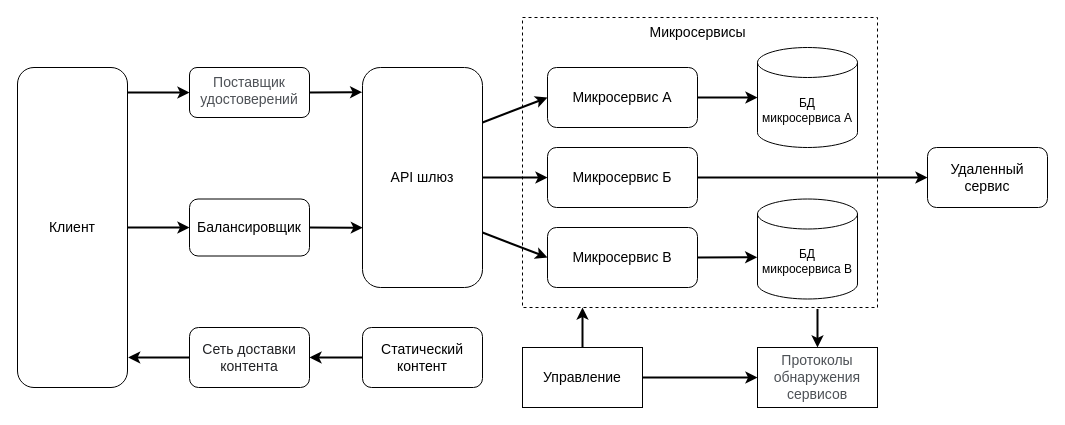
Above: page "Рисунок 2" (2 of 2) of Диаграмма без названия.drawio in Vaynbaum/microservices-arc (draw.io), before the change. Source tidied: cells renumbered, new cells numbered last; positions are measured from the earlier drawing's top-left corner, leaving out a move shared by most shapes. Both pictures are drawn from the tidied source at 100%, with x=0, y=0 at pixel (17, 17).
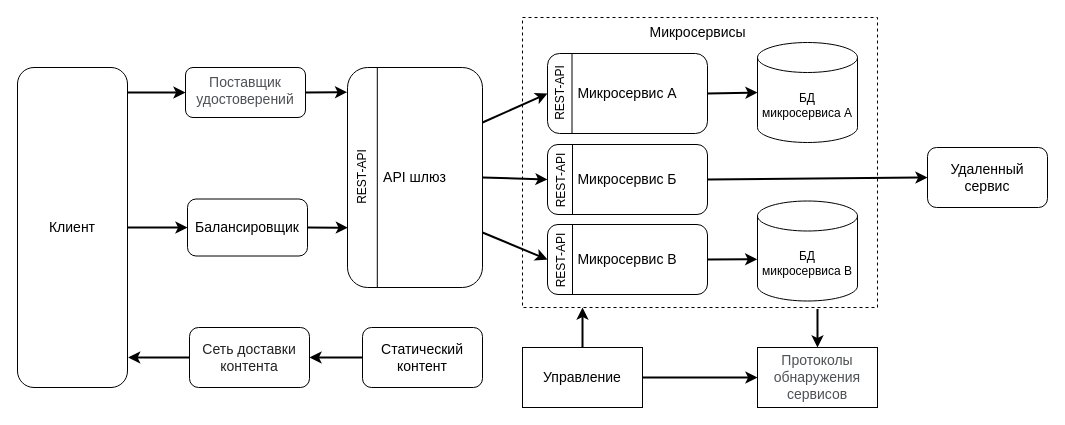
The same page after the edit.

Diff of the diagram source:
```diff
@@
     <mxCell id="9" value="API шлюз" style="rounded=1;whiteSpace=wrap;html=1;fontFamily=Helvetica;fontSize=14;strokeColor=#000000;" parent="1" vertex="1">
-      <mxGeometry x="345" y="50" width="120" height="220" as="geometry" />
+      <mxGeometry x="330" y="50" width="135" height="220" as="geometry" />
     </mxCell>
@@
     <mxCell id="11" value="&lt;span style=&quot;color: rgb(77, 81, 86); font-family: arial, sans-serif; font-size: 14px; font-style: normal; font-variant-ligatures: normal; font-variant-caps: normal; font-weight: 400; letter-spacing: normal; orphans: 2; text-align: left; text-indent: 0px; text-transform: none; widows: 2; word-spacing: 0px; -webkit-text-stroke-width: 0px; background-color: rgb(255, 255, 255); text-decoration-thickness: initial; text-decoration-style: initial; text-decoration-color: initial; float: none; display: inline !important;&quot;&gt;Поставщик удостоверений&lt;/span&gt;" style="rounded=1;whiteSpace=wrap;html=1;fontFamily=Helvetica;fontSize=14;verticalAlign=top;strokeColor=#000000;" parent="1" vertex="1">
-      <mxGeometry x="172" y="50" width="120" height="50" as="geometry" />
+      <mxGeometry x="168" y="50" width="120" height="50" as="geometry" />
     </mxCell>
@@
-    <mxCell id="14" value="Микросервис А" style="rounded=1;whiteSpace=wrap;html=1;fontFamily=Helvetica;fontSize=14;strokeColor=#000000;" parent="1" vertex="1">
-      <mxGeometry x="530" y="50" width="150" height="60" as="geometry" />
-    </mxCell>
-    <mxCell id="15" value="Микросервис Б" style="rounded=1;whiteSpace=wrap;html=1;fontFamily=Helvetica;fontSize=14;strokeColor=#000000;" parent="1" vertex="1">
-      <mxGeometry x="530" y="130" width="150" height="60" as="geometry" />
-    </mxCell>
-    <mxCell id="16" value="Микросервис В" style="rounded=1;whiteSpace=wrap;html=1;fontFamily=Helvetica;fontSize=14;strokeColor=#000000;" parent="1" vertex="1">
-      <mxGeometry x="530" y="210" width="150" height="60" as="geometry" />
-    </mxCell>
@@
     <mxCell id="28" value="Балансировщик" style="rounded=1;whiteSpace=wrap;html=1;fontFamily=Helvetica;fontSize=14;strokeColor=#000000;" parent="1" vertex="1">
-      <mxGeometry x="172" y="181.5" width="120" height="57" as="geometry" />
+      <mxGeometry x="170" y="181.5" width="120" height="57" as="geometry" />
     </mxCell>
@@
     <mxCell id="30" value="БД&lt;br&gt;микросервиса А" style="shape=cylinder3;whiteSpace=wrap;html=1;boundedLbl=1;backgroundOutline=1;size=15;" parent="1" vertex="1">
-      <mxGeometry x="740" y="30" width="100" height="100" as="geometry" />
+      <mxGeometry x="740" y="25" width="100" height="100" as="geometry" />
     </mxCell>
@@
     <mxCell id="33" value="БД&lt;br&gt;микросервиса В" style="shape=cylinder3;whiteSpace=wrap;html=1;boundedLbl=1;backgroundOutline=1;size=15;" parent="1" vertex="1">
-      <mxGeometry x="740" y="181.5" width="100" height="100" as="geometry" />
+      <mxGeometry x="740" y="183.5" width="100" height="100" as="geometry" />
     </mxCell>
+    <mxCell id="34" style="endArrow=none;html=1;rounded=0;entryX=0.25;entryY=0;entryDx=0;entryDy=0;exitX=0.25;exitY=1;exitDx=0;exitDy=0;" parent="1" edge="1">
+      <mxGeometry relative="1" as="geometry">
+        <mxPoint x="359.8" y="270" as="sourcePoint" />
+        <mxPoint x="359.8" y="50" as="targetPoint" />
+      </mxGeometry>
+    </mxCell>
+    <mxCell id="35" value="REST-API" style="text;html=1;align=center;verticalAlign=middle;strokeColor=none;fillColor=none;rotation=-90;" parent="1" vertex="1">
+      <mxGeometry x="305" y="145" width="80" height="30" as="geometry" />
+    </mxCell>
+    <mxCell id="36" style="group;" parent="1" vertex="1">
+      <mxGeometry x="528" y="36" width="162" height="80" as="geometry" />
+    </mxCell>
+    <mxCell id="14" value="Микросервис А" style="rounded=1;whiteSpace=wrap;html=1;fontFamily=Helvetica;fontSize=14;strokeColor=#000000;" parent="36" vertex="1">
+      <mxGeometry x="2" width="160" height="80" as="geometry" />
+    </mxCell>
+    <mxCell id="37" value="REST-API" style="text;html=1;align=center;verticalAlign=middle;strokeColor=none;fillColor=none;rotation=-90;" parent="36" vertex="1">
+      <mxGeometry x="-25" y="25" width="80" height="30" as="geometry" />
+    </mxCell>
+    <mxCell id="38" style="endArrow=none;html=1;rounded=0;entryX=0.25;entryY=0;entryDx=0;entryDy=0;exitX=0.25;exitY=1;exitDx=0;exitDy=0;" parent="36" edge="1">
+      <mxGeometry relative="1" as="geometry">
+        <mxPoint x="26.5" y="80" as="sourcePoint" />
+        <mxPoint x="26.5" as="targetPoint" />
+      </mxGeometry>
+    </mxCell>
+    <mxCell id="39" style="group;" parent="1" vertex="1">
+      <mxGeometry x="528" y="123.5" width="162" height="80" as="geometry" />
+    </mxCell>
+    <mxCell id="15" value="Микросервис Б" style="rounded=1;whiteSpace=wrap;html=1;fontFamily=Helvetica;fontSize=14;strokeColor=#000000;" parent="39" vertex="1">
+      <mxGeometry x="2" y="3.5" width="160" height="70" as="geometry" />
+    </mxCell>
+    <mxCell id="40" value="REST-API" style="text;html=1;align=center;verticalAlign=middle;strokeColor=none;fillColor=none;rotation=-90;" parent="39" vertex="1">
+      <mxGeometry x="-25" y="25" width="80" height="30" as="geometry" />
+    </mxCell>
+    <mxCell id="41" style="endArrow=none;html=1;rounded=0;entryX=0.25;entryY=0;entryDx=0;entryDy=0;exitX=0.25;exitY=1;exitDx=0;exitDy=0;" parent="39" edge="1">
+      <mxGeometry relative="1" as="geometry">
+        <mxPoint x="27" y="73.5" as="sourcePoint" />
+        <mxPoint x="27" y="3.5" as="targetPoint" />
+      </mxGeometry>
+    </mxCell>
+    <mxCell id="42" style="group;" parent="1" vertex="1">
+      <mxGeometry x="528" y="203.5" width="162" height="80" as="geometry" />
+    </mxCell>
+    <mxCell id="16" value="Микросервис В" style="rounded=1;whiteSpace=wrap;html=1;fontFamily=Helvetica;fontSize=14;strokeColor=#000000;" parent="42" vertex="1">
+      <mxGeometry x="2" y="3.5" width="160" height="70" as="geometry" />
+    </mxCell>
+    <mxCell id="43" value="REST-API" style="text;html=1;align=center;verticalAlign=middle;strokeColor=none;fillColor=none;rotation=-90;" parent="42" vertex="1">
+      <mxGeometry x="-25" y="25" width="80" height="30" as="geometry" />
+    </mxCell>
+    <mxCell id="44" style="endArrow=none;html=1;rounded=0;entryX=0.25;entryY=0;entryDx=0;entryDy=0;exitX=0.25;exitY=1;exitDx=0;exitDy=0;" parent="42" edge="1">
+      <mxGeometry relative="1" as="geometry">
+        <mxPoint x="27" y="73.5" as="sourcePoint" />
+        <mxPoint x="27" y="3.5" as="targetPoint" />
+      </mxGeometry>
+    </mxCell>
```
